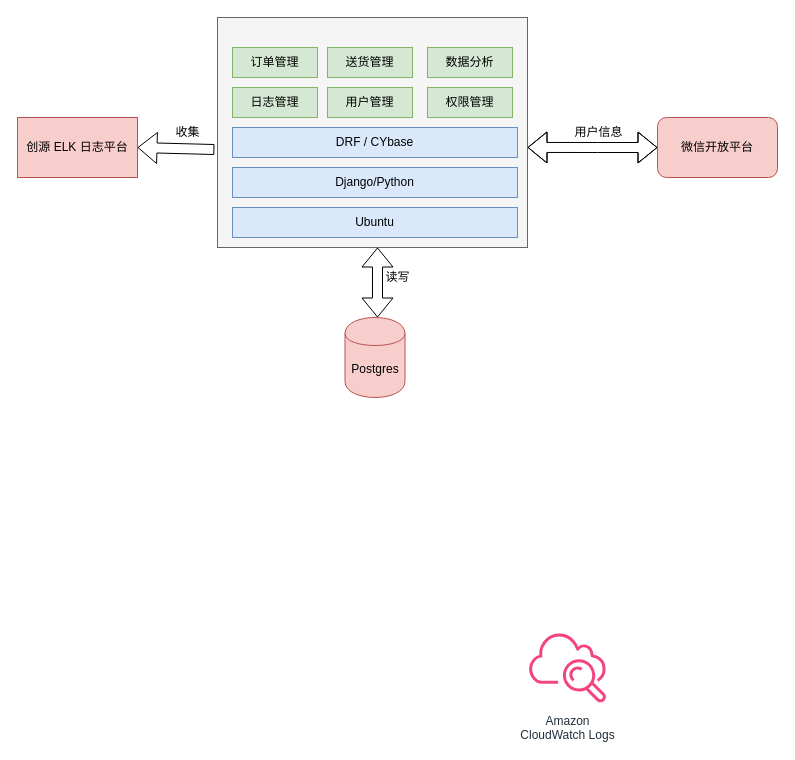
This is new scp.drawio from sf-test/org-repo, a draw.io file, before an edit. Source tidied: cells renumbered, new cells numbered last; positions are measured from the earlier drawing's top-left corner, leaving out a move shared by most shapes. Both pictures are drawn from the tidied source at 100%, with x=0, y=0 at pixel (17, 17).
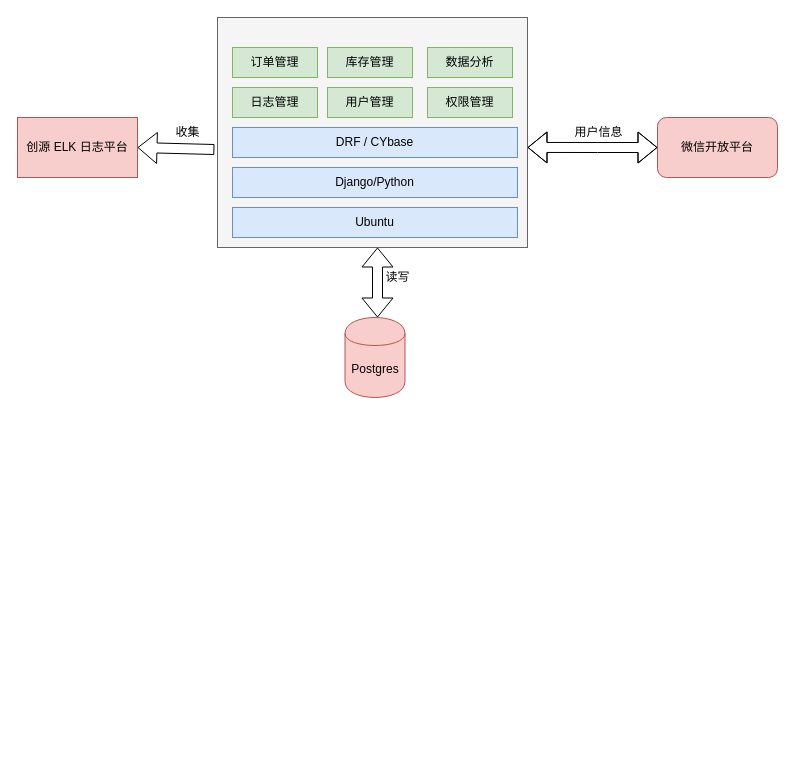
Above is the later version.

Diff of the diagram source:
```diff
@@
-    <mxCell id="2" value="Amazon&lt;br&gt;CloudWatch Logs&lt;br&gt;" style="fontColor=#232F3E;gradientColor=none;gradientDirection=north;fillColor=#F34482;strokeColor=none;dashed=0;verticalLabelPosition=bottom;verticalAlign=top;align=center;html=1;fontSize=12;fontStyle=0;shape=mxgraph.aws4.cloudwatch;labelBackgroundColor=#ffffff;" parent="1" vertex="1">
-      <mxGeometry x="510.5" y="611.5" width="78" height="78" as="geometry" />
-    </mxCell>
@@
-    <mxCell id="13" value="送货管理" style="rounded=0;whiteSpace=wrap;html=1;fillColor=#d5e8d4;strokeColor=#82b366;" parent="1" vertex="1">
+    <mxCell id="13" value="库存管理" style="rounded=0;whiteSpace=wrap;html=1;fillColor=#d5e8d4;strokeColor=#82b366;" parent="1" vertex="1">
       <mxGeometry x="310" y="30" width="85" height="30" as="geometry" />
     </mxCell>
```
